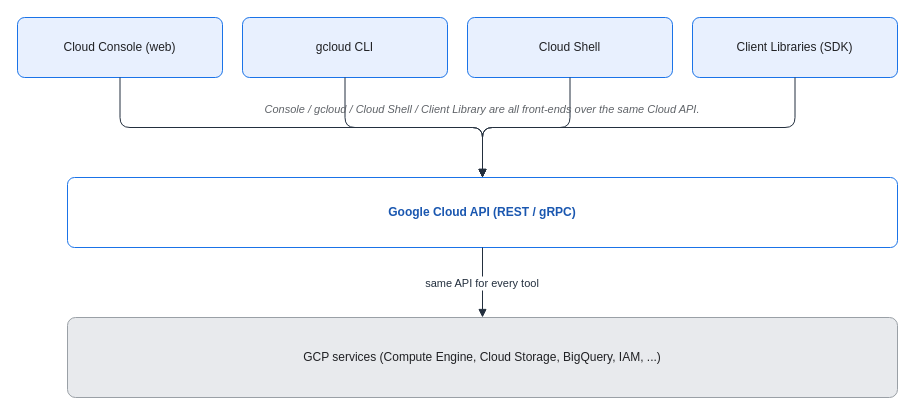
This is assets/img/gcp/gcp-access-stack.drawio from KKamJi98/kkamji98.github.io, a draw.io file, before an edit. Source tidied: cells renumbered, new cells numbered last; positions are measured from the earlier drawing's top-left corner, leaving out a move shared by most shapes. Both pictures are drawn from the tidied source at 100%, with x=0, y=0 at pixel (17, 17).
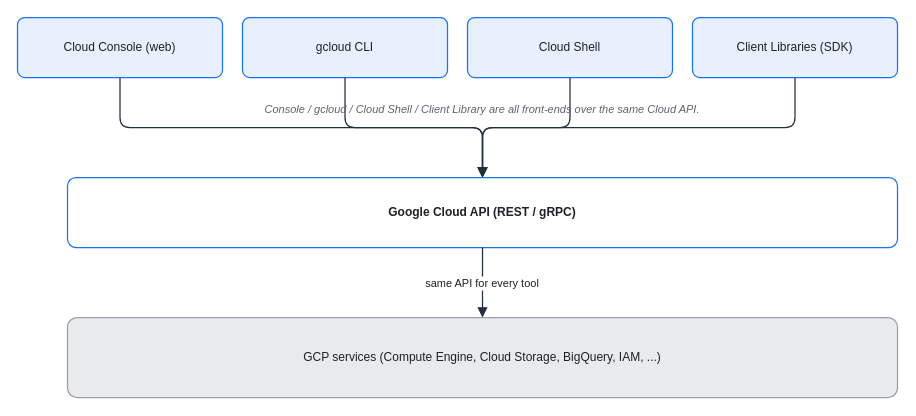
Above is the later version.

Diff of the diagram source:
```diff
@@
 <mxGraphModel background="#FFFFFF">
   <root>
     <mxCell id="0" />
     <mxCell id="1" parent="0" />
-    <mxCell id="2" value="Cloud Console (web)" style="rounded=1;whiteSpace=wrap;html=0;arcSize=12;shadow=0;fillColor=#E8F0FE;strokeColor=#1A73E8;fontColor=#202124;" parent="1" vertex="1">
+    <mxCell id="2" value="Cloud Console (web)" style="rounded=1;whiteSpace=wrap;html=0;arcSize=12;shadow=0;fillColor=#E8F0FE;strokeColor=#1A73E8;fontColor=#202124;strokeWidth=1.25;" parent="1" vertex="1">
       <mxGeometry width="205" height="60" as="geometry" />
     </mxCell>
-    <mxCell id="3" value="gcloud CLI" style="rounded=1;whiteSpace=wrap;html=0;arcSize=12;shadow=0;fillColor=#E8F0FE;strokeColor=#1A73E8;fontColor=#202124;" parent="1" vertex="1">
+    <mxCell id="3" value="gcloud CLI" style="rounded=1;whiteSpace=wrap;html=0;arcSize=12;shadow=0;fillColor=#E8F0FE;strokeColor=#1A73E8;fontColor=#202124;strokeWidth=1.25;" parent="1" vertex="1">
       <mxGeometry x="225" width="205" height="60" as="geometry" />
     </mxCell>
-    <mxCell id="4" value="Cloud Shell" style="rounded=1;whiteSpace=wrap;html=0;arcSize=12;shadow=0;fillColor=#E8F0FE;strokeColor=#1A73E8;fontColor=#202124;" parent="1" vertex="1">
+    <mxCell id="4" value="Cloud Shell" style="rounded=1;whiteSpace=wrap;html=0;arcSize=12;shadow=0;fillColor=#E8F0FE;strokeColor=#1A73E8;fontColor=#202124;strokeWidth=1.25;" parent="1" vertex="1">
       <mxGeometry x="450" width="205" height="60" as="geometry" />
     </mxCell>
-    <mxCell id="5" value="Client Libraries (SDK)" style="rounded=1;whiteSpace=wrap;html=0;arcSize=12;shadow=0;fillColor=#E8F0FE;strokeColor=#1A73E8;fontColor=#202124;" parent="1" vertex="1">
+    <mxCell id="5" value="Client Libraries (SDK)" style="rounded=1;whiteSpace=wrap;html=0;arcSize=12;shadow=0;fillColor=#E8F0FE;strokeColor=#1A73E8;fontColor=#202124;strokeWidth=1.25;" parent="1" vertex="1">
       <mxGeometry x="675" width="205" height="60" as="geometry" />
     </mxCell>
-    <mxCell id="6" value="Google Cloud API (REST / gRPC)" style="rounded=1;whiteSpace=wrap;html=0;arcSize=10;shadow=0;fillColor=#FFFFFF;strokeColor=#1A73E8;fontColor=#1A57B0;fontStyle=1;" parent="1" vertex="1">
+    <mxCell id="6" value="Google Cloud API (REST / gRPC)" style="rounded=1;whiteSpace=wrap;html=0;arcSize=12;shadow=0;fillColor=#FFFFFF;strokeColor=#1A73E8;fontColor=#202124;fontStyle=1;strokeWidth=1.25;" parent="1" vertex="1">
       <mxGeometry x="50" y="160" width="830" height="70" as="geometry" />
     </mxCell>
-    <mxCell id="7" value="GCP services (Compute Engine, Cloud Storage, BigQuery, IAM, ...)" style="rounded=1;whiteSpace=wrap;html=0;arcSize=10;shadow=0;fillColor=#E8EAED;strokeColor=#9AA0A6;fontColor=#202124;" parent="1" vertex="1">
+    <mxCell id="7" value="GCP services (Compute Engine, Cloud Storage, BigQuery, IAM, ...)" style="rounded=1;whiteSpace=wrap;html=0;arcSize=12;shadow=0;fillColor=#E8EAED;strokeColor=#9AA0A6;fontColor=#202124;strokeWidth=1.25;" parent="1" vertex="1">
       <mxGeometry x="50" y="300" width="830" height="80" as="geometry" />
     </mxCell>
-    <mxCell id="8" style="edgeStyle=orthogonalEdgeStyle;rounded=1;html=0;endArrow=block;strokeColor=#232F3E;" parent="1" edge="1" source="2" target="6">
+    <mxCell id="8" style="edgeStyle=orthogonalEdgeStyle;rounded=1;html=0;endArrow=block;strokeColor=#232F3E;strokeWidth=1.25;endSize=7;fontColor=#202124;" parent="1" edge="1" source="2" target="6">
       <mxGeometry relative="1" as="geometry" />
     </mxCell>
-    <mxCell id="9" style="edgeStyle=orthogonalEdgeStyle;rounded=1;html=0;endArrow=block;strokeColor=#232F3E;" parent="1" edge="1" source="3" target="6">
+    <mxCell id="9" style="edgeStyle=orthogonalEdgeStyle;rounded=1;html=0;endArrow=block;strokeColor=#232F3E;strokeWidth=1.25;endSize=7;fontColor=#202124;" parent="1" edge="1" source="3" target="6">
       <mxGeometry relative="1" as="geometry" />
     </mxCell>
-    <mxCell id="10" style="edgeStyle=orthogonalEdgeStyle;rounded=1;html=0;endArrow=block;strokeColor=#232F3E;" parent="1" edge="1" source="4" target="6">
+    <mxCell id="10" style="edgeStyle=orthogonalEdgeStyle;rounded=1;html=0;endArrow=block;strokeColor=#232F3E;strokeWidth=1.25;endSize=7;fontColor=#202124;" parent="1" edge="1" source="4" target="6">
       <mxGeometry relative="1" as="geometry" />
     </mxCell>
-    <mxCell id="11" style="edgeStyle=orthogonalEdgeStyle;rounded=1;html=0;endArrow=block;strokeColor=#232F3E;" parent="1" edge="1" source="5" target="6">
+    <mxCell id="11" style="edgeStyle=orthogonalEdgeStyle;rounded=1;html=0;endArrow=block;strokeColor=#232F3E;strokeWidth=1.25;endSize=7;fontColor=#202124;" parent="1" edge="1" source="5" target="6">
       <mxGeometry relative="1" as="geometry" />
     </mxCell>
-    <mxCell id="12" value="same API for every tool" style="edgeStyle=orthogonalEdgeStyle;rounded=1;html=0;endArrow=block;strokeColor=#232F3E;fontColor=#232F3E;labelBackgroundColor=#FFFFFF;" parent="1" edge="1" source="6" target="7">
+    <mxCell id="12" value="same API for every tool" style="edgeStyle=orthogonalEdgeStyle;rounded=1;html=0;endArrow=block;strokeColor=#232F3E;fontColor=#202124;labelBackgroundColor=#FFFFFF;strokeWidth=1.25;endSize=7;" parent="1" edge="1" source="6" target="7">
       <mxGeometry relative="1" as="geometry" />
     </mxCell>
     <mxCell id="13" value="Console / gcloud / Cloud Shell / Client Library are all front-ends over the same Cloud API." style="text;html=0;align=center;verticalAlign=middle;whiteSpace=wrap;fontSize=11;fontColor=#5F6368;fontStyle=2;" parent="1" vertex="1">
       <mxGeometry x="50" y="80" width="830" height="24" as="geometry" />
     </mxCell>
   </root>
 </mxGraphModel>
```
